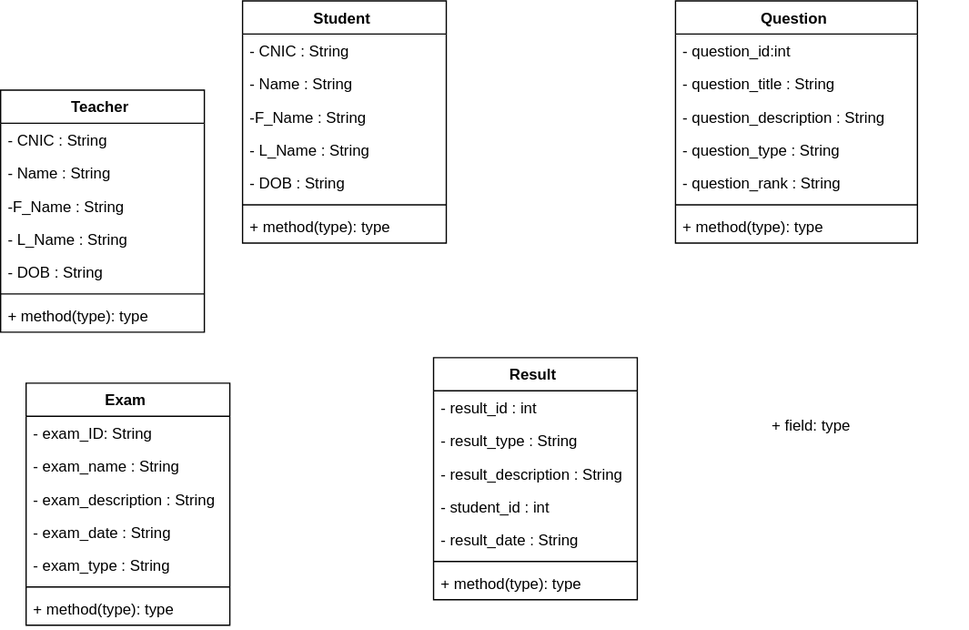
Earlier version of the draw.io export Class Diagram.drawio.svg (Zaeem6100/FYP-Documents). Source tidied: cells renumbered, new cells last; positions are measured from the earlier drawing's top-left corner, leaving out a move shared by most shapes.
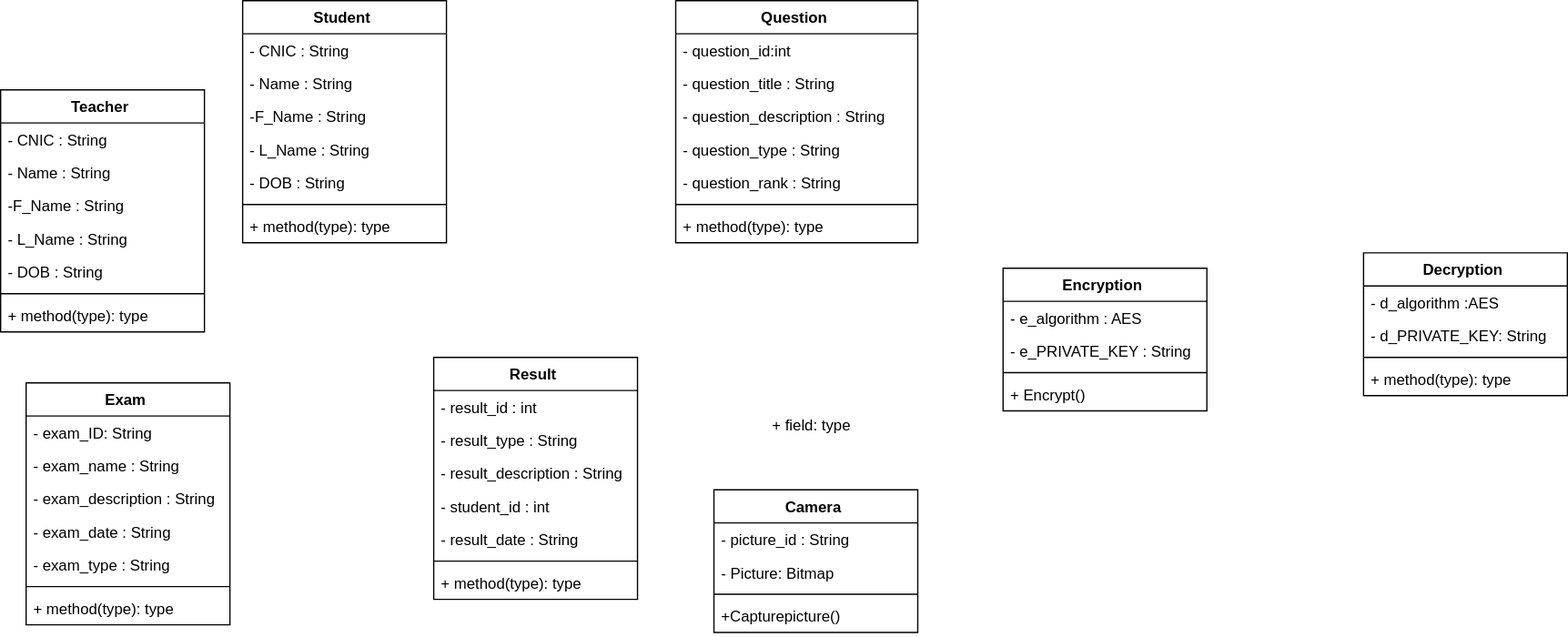
The same file after the commit.

The edit, as a diff of the source:
```diff
@@ -125,5 +125,50 @@
     <mxCell id="42" value="+ method(type): type" style="text;strokeColor=none;fillColor=none;align=left;verticalAlign=top;spacingLeft=4;spacingRight=4;overflow=hidden;" parent="35" vertex="1">
       <mxGeometry y="164" width="160" height="26" as="geometry" />
     </mxCell>
+    <mxCell id="43" value="Camera " style="swimlane;fontStyle=1;align=center;verticalAlign=top;horizontal=1;startSize=26;" parent="1" vertex="1">
+      <mxGeometry x="560" y="384" width="160" height="112" as="geometry" />
+    </mxCell>
+    <mxCell id="44" value="- picture_id : String" style="text;strokeColor=none;fillColor=none;align=left;verticalAlign=top;spacingLeft=4;spacingRight=4;overflow=hidden;" parent="43" vertex="1">
+      <mxGeometry y="26" width="160" height="26" as="geometry" />
+    </mxCell>
+    <mxCell id="45" value="- Picture: Bitmap  " style="text;strokeColor=none;fillColor=none;align=left;verticalAlign=top;spacingLeft=4;spacingRight=4;overflow=hidden;" parent="43" vertex="1">
+      <mxGeometry y="52" width="160" height="26" as="geometry" />
+    </mxCell>
+    <mxCell id="46" style="line;strokeWidth=1;fillColor=none;align=left;verticalAlign=middle;spacingTop=-1;spacingLeft=3;spacingRight=3;labelPosition=right;" parent="43" vertex="1">
+      <mxGeometry y="78" width="160" height="8" as="geometry" />
+    </mxCell>
+    <mxCell id="47" value="+Capturepicture()" style="text;strokeColor=none;fillColor=none;align=left;verticalAlign=top;spacingLeft=4;spacingRight=4;overflow=hidden;" parent="43" vertex="1">
+      <mxGeometry y="86" width="160" height="26" as="geometry" />
+    </mxCell>
+    <mxCell id="48" value="Encryption " style="swimlane;fontStyle=1;align=center;verticalAlign=top;horizontal=1;startSize=26;" parent="1" vertex="1">
+      <mxGeometry x="787" y="210" width="160" height="112" as="geometry" />
+    </mxCell>
+    <mxCell id="49" value="- e_algorithm : AES" style="text;strokeColor=none;fillColor=none;align=left;verticalAlign=top;spacingLeft=4;spacingRight=4;overflow=hidden;" parent="48" vertex="1">
+      <mxGeometry y="26" width="160" height="26" as="geometry" />
+    </mxCell>
+    <mxCell id="50" value="- e_PRIVATE_KEY : String" style="text;strokeColor=none;fillColor=none;align=left;verticalAlign=top;spacingLeft=4;spacingRight=4;overflow=hidden;" parent="48" vertex="1">
+      <mxGeometry y="52" width="160" height="26" as="geometry" />
+    </mxCell>
+    <mxCell id="51" style="line;strokeWidth=1;fillColor=none;align=left;verticalAlign=middle;spacingTop=-1;spacingLeft=3;spacingRight=3;labelPosition=right;" parent="48" vertex="1">
+      <mxGeometry y="78" width="160" height="8" as="geometry" />
+    </mxCell>
+    <mxCell id="52" value="+ Encrypt()" style="text;strokeColor=none;fillColor=none;align=left;verticalAlign=top;spacingLeft=4;spacingRight=4;overflow=hidden;" parent="48" vertex="1">
+      <mxGeometry y="86" width="160" height="26" as="geometry" />
+    </mxCell>
+    <mxCell id="53" value="Decryption " style="swimlane;fontStyle=1;align=center;verticalAlign=top;horizontal=1;startSize=26;" parent="1" vertex="1">
+      <mxGeometry x="1070" y="198" width="160" height="112" as="geometry" />
+    </mxCell>
+    <mxCell id="54" value="- d_algorithm :AES " style="text;strokeColor=none;fillColor=none;align=left;verticalAlign=top;spacingLeft=4;spacingRight=4;overflow=hidden;" parent="53" vertex="1">
+      <mxGeometry y="26" width="160" height="26" as="geometry" />
+    </mxCell>
+    <mxCell id="55" value="- d_PRIVATE_KEY: String" style="text;strokeColor=none;fillColor=none;align=left;verticalAlign=top;spacingLeft=4;spacingRight=4;overflow=hidden;" parent="53" vertex="1">
+      <mxGeometry y="52" width="160" height="26" as="geometry" />
+    </mxCell>
+    <mxCell id="56" style="line;strokeWidth=1;fillColor=none;align=left;verticalAlign=middle;spacingTop=-1;spacingLeft=3;spacingRight=3;labelPosition=right;" parent="53" vertex="1">
+      <mxGeometry y="78" width="160" height="8" as="geometry" />
+    </mxCell>
+    <mxCell id="57" value="+ method(type): type" style="text;strokeColor=none;fillColor=none;align=left;verticalAlign=top;spacingLeft=4;spacingRight=4;overflow=hidden;" parent="53" vertex="1">
+      <mxGeometry y="86" width="160" height="26" as="geometry" />
+    </mxCell>
   </root>
 </mxGraphModel>
```
